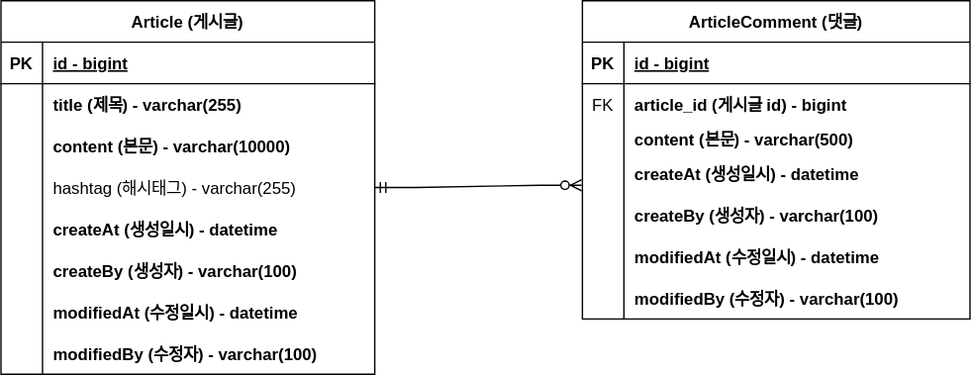
Above: document/project-board-erd.svg in kuseulki/ex1 (draw.io), before the change. Source tidied: cells renumbered, new cells last; positions are measured from the earlier drawing's top-left corner, leaving out a move shared by most shapes.
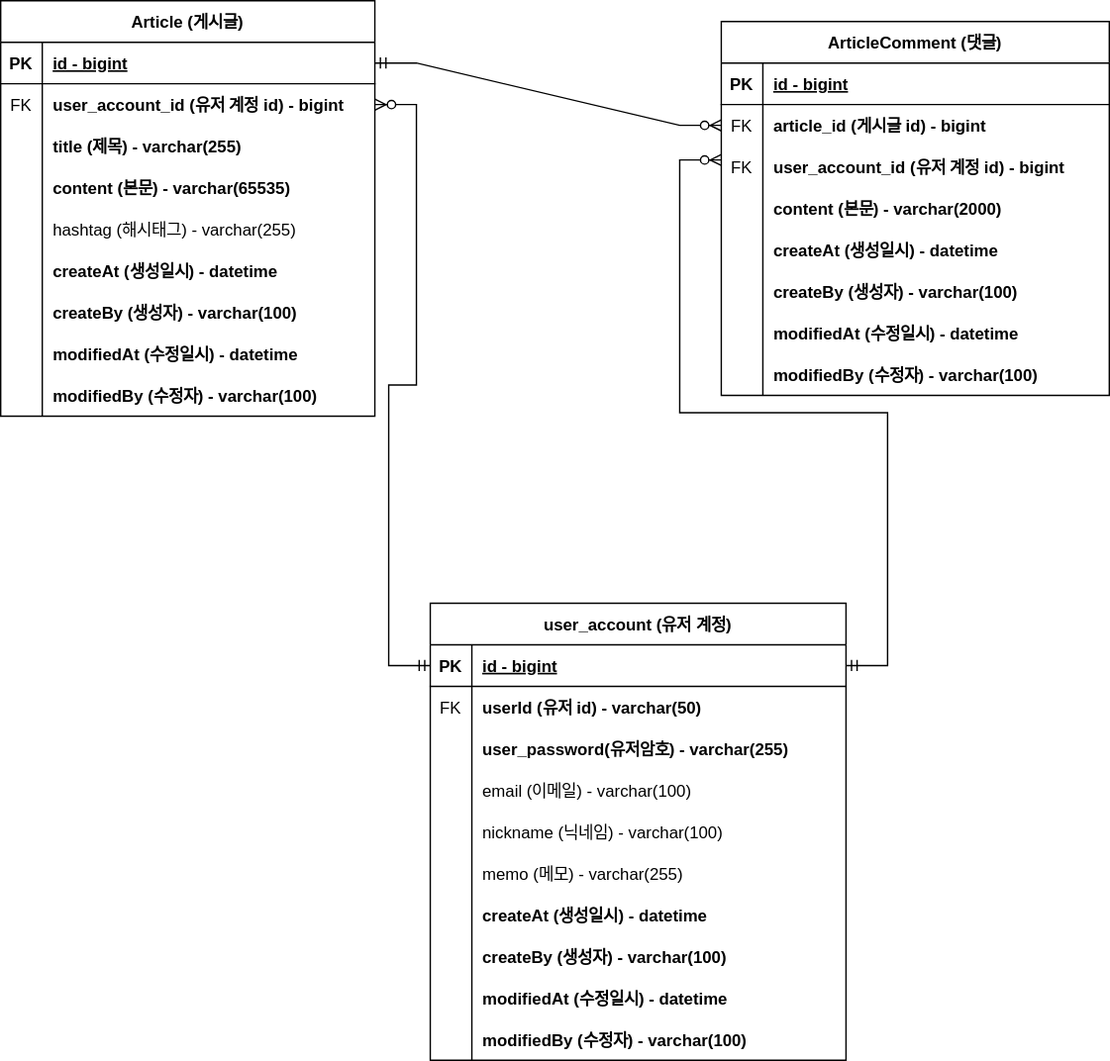
The same diagram one commit later.

Change to the diagram source:
```diff
@@ -5,3 +5,3 @@
     <mxCell id="2" value="Article (게시글)" style="shape=table;startSize=30;rowLines=0;fontStyle=1;align=center;" parent="1" vertex="1">
-      <mxGeometry width="270" height="270" as="geometry" />
+      <mxGeometry x="-100" y="-15" width="270" height="300" as="geometry" />
     </mxCell>
@@ -19,6 +19,6 @@
     </mxCell>
-    <mxCell id="7" style="shape=partialRectangle;overflow=hidden;fillColor=none;top=0;left=0;bottom=0;right=0;" parent="6" vertex="1">
+    <mxCell id="7" value="FK" style="shape=partialRectangle;overflow=hidden;fillColor=none;top=0;left=0;bottom=0;right=0;" parent="6" vertex="1">
       <mxGeometry width="30" height="30" as="geometry" />
     </mxCell>
-    <mxCell id="8" value="title (제목) - varchar(255)" style="shape=partialRectangle;overflow=hidden;fillColor=none;top=0;left=0;bottom=0;right=0;align=left;spacingLeft=6;fontStyle=1;" parent="6" vertex="1">
+    <mxCell id="8" value="user_account_id (유저 계정 id) - bigint" style="shape=partialRectangle;overflow=hidden;fillColor=none;top=0;left=0;bottom=0;right=0;align=left;spacingLeft=6;fontStyle=1;" parent="6" vertex="1">
       <mxGeometry x="30" width="240" height="30" as="geometry" />
@@ -31,3 +31,3 @@
     </mxCell>
-    <mxCell id="11" value="content (본문) - varchar(10000)" style="shape=partialRectangle;overflow=hidden;fillColor=none;top=0;left=0;bottom=0;right=0;align=left;spacingLeft=6;fontStyle=1;" parent="9" vertex="1">
+    <mxCell id="11" value="title (제목) - varchar(255)" style="shape=partialRectangle;overflow=hidden;fillColor=none;top=0;left=0;bottom=0;right=0;align=left;spacingLeft=6;fontStyle=1;" parent="9" vertex="1">
       <mxGeometry x="30" width="240" height="30" as="geometry" />
@@ -40,3 +40,3 @@
     </mxCell>
-    <mxCell id="14" value="hashtag (해시태그) - varchar(255)" style="shape=partialRectangle;overflow=hidden;fillColor=none;top=0;left=0;bottom=0;right=0;align=left;spacingLeft=6;" parent="12" vertex="1">
+    <mxCell id="14" value="content (본문) - varchar(65535)" style="shape=partialRectangle;overflow=hidden;fillColor=none;top=0;left=0;bottom=0;right=0;align=left;spacingLeft=6;fontStyle=1;" parent="12" vertex="1">
       <mxGeometry x="30" width="240" height="30" as="geometry" />
@@ -49,3 +49,3 @@
     </mxCell>
-    <mxCell id="17" value="createAt (생성일시) - datetime" style="shape=partialRectangle;overflow=hidden;fillColor=none;top=0;left=0;bottom=0;right=0;align=left;spacingLeft=6;fontStyle=1;" parent="15" vertex="1">
+    <mxCell id="17" value="hashtag (해시태그) - varchar(255)" style="shape=partialRectangle;overflow=hidden;fillColor=none;top=0;left=0;bottom=0;right=0;align=left;spacingLeft=6;fontStyle=0;" parent="15" vertex="1">
       <mxGeometry x="30" width="240" height="30" as="geometry" />
@@ -58,3 +58,3 @@
     </mxCell>
-    <mxCell id="20" value="createBy (생성자) - varchar(100)" style="shape=partialRectangle;overflow=hidden;fillColor=none;top=0;left=0;bottom=0;right=0;align=left;spacingLeft=6;fontStyle=1;" parent="18" vertex="1">
+    <mxCell id="20" value="createAt (생성일시) - datetime" style="shape=partialRectangle;overflow=hidden;fillColor=none;top=0;left=0;bottom=0;right=0;align=left;spacingLeft=6;fontStyle=1;" parent="18" vertex="1">
       <mxGeometry x="30" width="240" height="30" as="geometry" />
@@ -67,3 +67,3 @@
     </mxCell>
-    <mxCell id="23" value="modifiedAt (수정일시) - datetime" style="shape=partialRectangle;overflow=hidden;fillColor=none;top=0;left=0;bottom=0;right=0;align=left;spacingLeft=6;fontStyle=1;" parent="21" vertex="1">
+    <mxCell id="23" value="createBy (생성자) - varchar(100)" style="shape=partialRectangle;overflow=hidden;fillColor=none;top=0;left=0;bottom=0;right=0;align=left;spacingLeft=6;fontStyle=1;" parent="21" vertex="1">
       <mxGeometry x="30" width="240" height="30" as="geometry" />
@@ -76,6 +76,15 @@
     </mxCell>
-    <mxCell id="26" value="modifiedBy (수정자) - varchar(100)" style="shape=partialRectangle;overflow=hidden;fillColor=none;top=0;left=0;bottom=0;right=0;align=left;spacingLeft=6;fontStyle=1;" parent="24" vertex="1">
+    <mxCell id="26" value="modifiedAt (수정일시) - datetime" style="shape=partialRectangle;overflow=hidden;fillColor=none;top=0;left=0;bottom=0;right=0;align=left;spacingLeft=6;fontStyle=1;" parent="24" vertex="1">
       <mxGeometry x="30" width="240" height="30" as="geometry" />
     </mxCell>
+    <mxCell id="50" style="shape=partialRectangle;fillColor=none;top=0;left=0;right=0;bottom=0;" parent="2" vertex="1">
+      <mxGeometry y="270" width="270" height="30" as="geometry" />
+    </mxCell>
+    <mxCell id="51" style="shape=partialRectangle;overflow=hidden;fillColor=none;top=0;left=0;bottom=0;right=0;" parent="50" vertex="1">
+      <mxGeometry width="30" height="30" as="geometry" />
+    </mxCell>
+    <mxCell id="52" value="modifiedBy (수정자) - varchar(100)" style="shape=partialRectangle;overflow=hidden;fillColor=none;top=0;left=0;bottom=0;right=0;align=left;spacingLeft=6;fontStyle=1;" parent="50" vertex="1">
+      <mxGeometry x="30" width="240" height="30" as="geometry" />
+    </mxCell>
-    <mxCell id="27" style="edgeStyle=entityRelationEdgeStyle;fontSize=12;html=1;endArrow=ERzeroToMany;startArrow=ERmandOne;rounded=0;exitX=1;exitY=0.5;exitDx=0;exitDy=0;entryX=-0.002;entryY=0.778;entryDx=0;entryDy=0;entryPerimeter=0;" parent="1" edge="1" source="12" target="38">
+    <mxCell id="27" style="edgeStyle=entityRelationEdgeStyle;fontSize=12;html=1;endArrow=ERzeroToMany;startArrow=ERmandOne;rounded=0;exitX=1;exitY=0.5;exitDx=0;exitDy=0;entryX=0;entryY=0.5;entryDx=0;entryDy=0;" parent="1" edge="1" source="3" target="32">
       <mxGeometry relative="1" as="geometry" />
@@ -83,3 +92,3 @@
     <mxCell id="28" value="ArticleComment (댓글)" style="shape=table;startSize=30;rowLines=0;fontStyle=1;align=center;" parent="1" vertex="1">
-      <mxGeometry x="420" width="280" height="230" as="geometry" />
+      <mxGeometry x="420" width="280" height="270" as="geometry" />
     </mxCell>
@@ -104,12 +113,12 @@
     <mxCell id="35" style="shape=partialRectangle;fillColor=none;top=0;left=0;right=0;bottom=0;" parent="28" vertex="1">
-      <mxGeometry y="90" width="280" height="20" as="geometry" />
+      <mxGeometry y="90" width="280" height="30" as="geometry" />
     </mxCell>
-    <mxCell id="36" style="shape=partialRectangle;overflow=hidden;fillColor=none;top=0;left=0;bottom=0;right=0;" parent="35" vertex="1">
-      <mxGeometry width="30" height="20" as="geometry" />
+    <mxCell id="36" value="FK" style="shape=partialRectangle;overflow=hidden;fillColor=none;top=0;left=0;bottom=0;right=0;" parent="35" vertex="1">
+      <mxGeometry width="30" height="30" as="geometry" />
     </mxCell>
-    <mxCell id="37" value="content (본문) - varchar(500)" style="shape=partialRectangle;overflow=hidden;fillColor=none;top=0;left=0;bottom=0;right=0;align=left;spacingLeft=6;fontStyle=1;" parent="35" vertex="1">
-      <mxGeometry x="30" width="250" height="20" as="geometry" />
+    <mxCell id="37" value="user_account_id (유저 계정 id) - bigint" style="shape=partialRectangle;overflow=hidden;fillColor=none;top=0;left=0;bottom=0;right=0;align=left;spacingLeft=6;fontStyle=1;" parent="35" vertex="1">
+      <mxGeometry x="30" width="250" height="30" as="geometry" />
     </mxCell>
     <mxCell id="38" style="shape=partialRectangle;fillColor=none;points=[[0,0.5],[1,0.5]];portConstraint=eastwest;top=0;left=0;right=0;bottom=0;" parent="28" vertex="1">
-      <mxGeometry y="110" width="280" height="30" as="geometry" />
+      <mxGeometry y="120" width="280" height="30" as="geometry" />
     </mxCell>
@@ -118,3 +127,3 @@
     </mxCell>
-    <mxCell id="40" value="createAt (생성일시) - datetime" style="shape=partialRectangle;overflow=hidden;fillColor=none;top=0;left=0;bottom=0;right=0;align=left;spacingLeft=6;fontStyle=1;" parent="38" vertex="1">
+    <mxCell id="40" value="content (본문) - varchar(2000)" style="shape=partialRectangle;overflow=hidden;fillColor=none;top=0;left=0;bottom=0;right=0;align=left;spacingLeft=6;fontStyle=1;" parent="38" vertex="1">
       <mxGeometry x="30" width="250" height="30" as="geometry" />
@@ -122,3 +131,3 @@
     <mxCell id="41" style="shape=partialRectangle;fillColor=none;top=0;left=0;right=0;bottom=0;" parent="28" vertex="1">
-      <mxGeometry y="140" width="280" height="30" as="geometry" />
+      <mxGeometry y="150" width="280" height="30" as="geometry" />
     </mxCell>
@@ -127,3 +136,3 @@
     </mxCell>
-    <mxCell id="43" value="createBy (생성자) - varchar(100)" style="shape=partialRectangle;overflow=hidden;fillColor=none;top=0;left=0;bottom=0;right=0;align=left;spacingLeft=6;fontStyle=1;" parent="41" vertex="1">
+    <mxCell id="43" value="createAt (생성일시) - datetime" style="shape=partialRectangle;overflow=hidden;fillColor=none;top=0;left=0;bottom=0;right=0;align=left;spacingLeft=6;fontStyle=1;" parent="41" vertex="1">
       <mxGeometry x="30" width="250" height="30" as="geometry" />
@@ -131,3 +140,3 @@
     <mxCell id="44" style="shape=partialRectangle;fillColor=none;top=0;left=0;right=0;bottom=0;" parent="28" vertex="1">
-      <mxGeometry y="170" width="280" height="30" as="geometry" />
+      <mxGeometry y="180" width="280" height="30" as="geometry" />
     </mxCell>
@@ -136,3 +145,3 @@
     </mxCell>
-    <mxCell id="46" value="modifiedAt (수정일시) - datetime" style="shape=partialRectangle;overflow=hidden;fillColor=none;top=0;left=0;bottom=0;right=0;align=left;spacingLeft=6;fontStyle=1;" parent="44" vertex="1">
+    <mxCell id="46" value="createBy (생성자) - varchar(100)" style="shape=partialRectangle;overflow=hidden;fillColor=none;top=0;left=0;bottom=0;right=0;align=left;spacingLeft=6;fontStyle=1;" parent="44" vertex="1">
       <mxGeometry x="30" width="250" height="30" as="geometry" />
@@ -140,3 +149,3 @@
     <mxCell id="47" style="shape=partialRectangle;fillColor=none;top=0;left=0;right=0;bottom=0;" parent="28" vertex="1">
-      <mxGeometry y="200" width="280" height="30" as="geometry" />
+      <mxGeometry y="210" width="280" height="30" as="geometry" />
     </mxCell>
@@ -145,5 +154,115 @@
     </mxCell>
-    <mxCell id="49" value="modifiedBy (수정자) - varchar(100)" style="shape=partialRectangle;overflow=hidden;fillColor=none;top=0;left=0;bottom=0;right=0;align=left;spacingLeft=6;fontStyle=1;" parent="47" vertex="1">
+    <mxCell id="49" value="modifiedAt (수정일시) - datetime" style="shape=partialRectangle;overflow=hidden;fillColor=none;top=0;left=0;bottom=0;right=0;align=left;spacingLeft=6;fontStyle=1;" parent="47" vertex="1">
       <mxGeometry x="30" width="250" height="30" as="geometry" />
     </mxCell>
+    <mxCell id="53" style="shape=partialRectangle;fillColor=none;top=0;left=0;right=0;bottom=0;" parent="28" vertex="1">
+      <mxGeometry y="240" width="280" height="30" as="geometry" />
+    </mxCell>
+    <mxCell id="54" style="shape=partialRectangle;overflow=hidden;fillColor=none;top=0;left=0;bottom=0;right=0;" parent="53" vertex="1">
+      <mxGeometry width="30" height="30" as="geometry" />
+    </mxCell>
+    <mxCell id="55" value="modifiedBy (수정자) - varchar(100)" style="shape=partialRectangle;overflow=hidden;fillColor=none;top=0;left=0;bottom=0;right=0;align=left;spacingLeft=6;fontStyle=1;" parent="53" vertex="1">
+      <mxGeometry x="30" width="250" height="30" as="geometry" />
+    </mxCell>
+    <mxCell id="56" value="user_account (유저 계정)" style="shape=table;startSize=30;rowLines=0;fontStyle=1;align=center;" parent="1" vertex="1">
+      <mxGeometry x="210" y="420" width="300" height="330" as="geometry" />
+    </mxCell>
+    <mxCell id="57" style="shape=partialRectangle;fillColor=none;points=[[0,0.5],[1,0.5]];portConstraint=eastwest;top=0;left=0;right=0;bottom=1;" parent="56" vertex="1">
+      <mxGeometry y="30" width="300" height="30" as="geometry" />
+    </mxCell>
+    <mxCell id="58" value="PK" style="shape=partialRectangle;overflow=hidden;fillColor=none;top=0;left=0;bottom=0;right=0;fontStyle=1;" parent="57" vertex="1">
+      <mxGeometry width="30" height="30" as="geometry" />
+    </mxCell>
+    <mxCell id="59" value="id - bigint" style="shape=partialRectangle;overflow=hidden;fillColor=none;top=0;left=0;bottom=0;right=0;align=left;spacingLeft=6;fontStyle=5;" parent="57" vertex="1">
+      <mxGeometry x="30" width="270" height="30" as="geometry" />
+    </mxCell>
+    <mxCell id="60" style="shape=partialRectangle;fillColor=none;top=0;left=0;right=0;bottom=0;" parent="56" vertex="1">
+      <mxGeometry y="60" width="300" height="30" as="geometry" />
+    </mxCell>
+    <mxCell id="61" value="FK" style="shape=partialRectangle;overflow=hidden;fillColor=none;top=0;left=0;bottom=0;right=0;" parent="60" vertex="1">
+      <mxGeometry width="30" height="30" as="geometry" />
+    </mxCell>
+    <mxCell id="62" value="userId (유저 id) - varchar(50)" style="shape=partialRectangle;overflow=hidden;fillColor=none;top=0;left=0;bottom=0;right=0;align=left;spacingLeft=6;fontStyle=1;" parent="60" vertex="1">
+      <mxGeometry x="30" width="270" height="30" as="geometry" />
+    </mxCell>
+    <mxCell id="63" style="shape=partialRectangle;fillColor=none;top=0;left=0;right=0;bottom=0;" parent="56" vertex="1">
+      <mxGeometry y="90" width="300" height="30" as="geometry" />
+    </mxCell>
+    <mxCell id="64" style="shape=partialRectangle;overflow=hidden;fillColor=none;top=0;left=0;bottom=0;right=0;" parent="63" vertex="1">
+      <mxGeometry width="30" height="30" as="geometry" />
+    </mxCell>
+    <mxCell id="65" value="user_password(유저암호) - varchar(255)" style="shape=partialRectangle;overflow=hidden;fillColor=none;top=0;left=0;bottom=0;right=0;align=left;spacingLeft=6;fontStyle=1;" parent="63" vertex="1">
+      <mxGeometry x="30" width="270" height="30" as="geometry" />
+    </mxCell>
+    <mxCell id="66" style="shape=partialRectangle;fillColor=none;top=0;left=0;right=0;bottom=0;" parent="56" vertex="1">
+      <mxGeometry y="120" width="300" height="30" as="geometry" />
+    </mxCell>
+    <mxCell id="67" style="shape=partialRectangle;overflow=hidden;fillColor=none;top=0;left=0;bottom=0;right=0;" parent="66" vertex="1">
+      <mxGeometry width="30" height="30" as="geometry" />
+    </mxCell>
+    <mxCell id="68" value="email (이메일) - varchar(100)" style="shape=partialRectangle;overflow=hidden;fillColor=none;top=0;left=0;bottom=0;right=0;align=left;spacingLeft=6;fontStyle=0;" parent="66" vertex="1">
+      <mxGeometry x="30" width="270" height="30" as="geometry" />
+    </mxCell>
+    <mxCell id="69" style="shape=partialRectangle;fillColor=none;top=0;left=0;right=0;bottom=0;" parent="56" vertex="1">
+      <mxGeometry y="150" width="300" height="30" as="geometry" />
+    </mxCell>
+    <mxCell id="70" style="shape=partialRectangle;overflow=hidden;fillColor=none;top=0;left=0;bottom=0;right=0;" parent="69" vertex="1">
+      <mxGeometry width="30" height="30" as="geometry" />
+    </mxCell>
+    <mxCell id="71" value="nickname (닉네임) - varchar(100)" style="shape=partialRectangle;overflow=hidden;fillColor=none;top=0;left=0;bottom=0;right=0;align=left;spacingLeft=6;fontStyle=0;" parent="69" vertex="1">
+      <mxGeometry x="30" width="270" height="30" as="geometry" />
+    </mxCell>
+    <mxCell id="72" style="shape=partialRectangle;fillColor=none;top=0;left=0;right=0;bottom=0;" parent="56" vertex="1">
+      <mxGeometry y="180" width="300" height="30" as="geometry" />
+    </mxCell>
+    <mxCell id="73" style="shape=partialRectangle;overflow=hidden;fillColor=none;top=0;left=0;bottom=0;right=0;" parent="72" vertex="1">
+      <mxGeometry width="30" height="30" as="geometry" />
+    </mxCell>
+    <mxCell id="74" value="memo (메모) - varchar(255)" style="shape=partialRectangle;overflow=hidden;fillColor=none;top=0;left=0;bottom=0;right=0;align=left;spacingLeft=6;fontStyle=0;" parent="72" vertex="1">
+      <mxGeometry x="30" width="270" height="30" as="geometry" />
+    </mxCell>
+    <mxCell id="75" style="shape=partialRectangle;fillColor=none;top=0;left=0;right=0;bottom=0;" parent="56" vertex="1">
+      <mxGeometry y="210" width="300" height="30" as="geometry" />
+    </mxCell>
+    <mxCell id="76" style="shape=partialRectangle;overflow=hidden;fillColor=none;top=0;left=0;bottom=0;right=0;" parent="75" vertex="1">
+      <mxGeometry width="30" height="30" as="geometry" />
+    </mxCell>
+    <mxCell id="77" value="createAt (생성일시) - datetime" style="shape=partialRectangle;overflow=hidden;fillColor=none;top=0;left=0;bottom=0;right=0;align=left;spacingLeft=6;fontStyle=1;" parent="75" vertex="1">
+      <mxGeometry x="30" width="270" height="30" as="geometry" />
+    </mxCell>
+    <mxCell id="78" style="shape=partialRectangle;fillColor=none;top=0;left=0;right=0;bottom=0;" parent="56" vertex="1">
+      <mxGeometry y="240" width="300" height="30" as="geometry" />
+    </mxCell>
+    <mxCell id="79" style="shape=partialRectangle;overflow=hidden;fillColor=none;top=0;left=0;bottom=0;right=0;" parent="78" vertex="1">
+      <mxGeometry width="30" height="30" as="geometry" />
+    </mxCell>
+    <mxCell id="80" value="createBy (생성자) - varchar(100)" style="shape=partialRectangle;overflow=hidden;fillColor=none;top=0;left=0;bottom=0;right=0;align=left;spacingLeft=6;fontStyle=1;" parent="78" vertex="1">
+      <mxGeometry x="30" width="270" height="30" as="geometry" />
+    </mxCell>
+    <mxCell id="81" style="shape=partialRectangle;fillColor=none;top=0;left=0;right=0;bottom=0;" parent="56" vertex="1">
+      <mxGeometry y="270" width="300" height="30" as="geometry" />
+    </mxCell>
+    <mxCell id="82" style="shape=partialRectangle;overflow=hidden;fillColor=none;top=0;left=0;bottom=0;right=0;" parent="81" vertex="1">
+      <mxGeometry width="30" height="30" as="geometry" />
+    </mxCell>
+    <mxCell id="83" value="modifiedAt (수정일시) - datetime" style="shape=partialRectangle;overflow=hidden;fillColor=none;top=0;left=0;bottom=0;right=0;align=left;spacingLeft=6;fontStyle=1;" parent="81" vertex="1">
+      <mxGeometry x="30" width="270" height="30" as="geometry" />
+    </mxCell>
+    <mxCell id="84" style="shape=partialRectangle;fillColor=none;top=0;left=0;right=0;bottom=0;" parent="56" vertex="1">
+      <mxGeometry y="300" width="300" height="30" as="geometry" />
+    </mxCell>
+    <mxCell id="85" style="shape=partialRectangle;overflow=hidden;fillColor=none;top=0;left=0;bottom=0;right=0;" parent="84" vertex="1">
+      <mxGeometry width="30" height="30" as="geometry" />
+    </mxCell>
+    <mxCell id="86" value="modifiedBy (수정자) - varchar(100)" style="shape=partialRectangle;overflow=hidden;fillColor=none;top=0;left=0;bottom=0;right=0;align=left;spacingLeft=6;fontStyle=1;" parent="84" vertex="1">
+      <mxGeometry x="30" width="270" height="30" as="geometry" />
+    </mxCell>
+    <mxCell id="87" style="edgeStyle=entityRelationEdgeStyle;fontSize=12;html=1;endArrow=ERzeroToMany;startArrow=ERmandOne;rounded=0;exitX=0;exitY=0.5;exitDx=0;exitDy=0;" parent="1" edge="1" source="57" target="6">
+      <mxGeometry relative="1" as="geometry" />
+    </mxCell>
+    <mxCell id="88" style="edgeStyle=entityRelationEdgeStyle;fontSize=12;html=1;endArrow=ERzeroToMany;startArrow=ERmandOne;rounded=0;exitX=1;exitY=0.5;exitDx=0;exitDy=0;" parent="1" edge="1" source="57">
+      <mxGeometry relative="1" as="geometry">
+        <mxPoint x="420" y="100" as="targetPoint" />
+      </mxGeometry>
+    </mxCell>
   </root>
```
